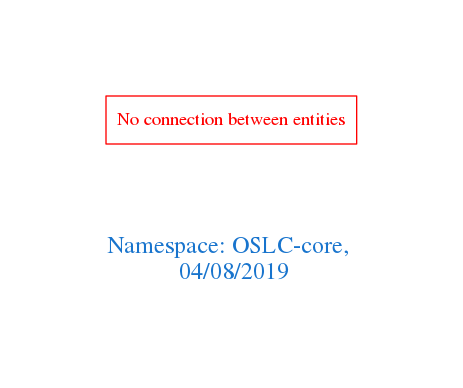
Earlier version of the Graphviz export downloads/OSLC-core.png (arago/OGIT). Its source is kept beside it as downloads/OSLC-core.dot.
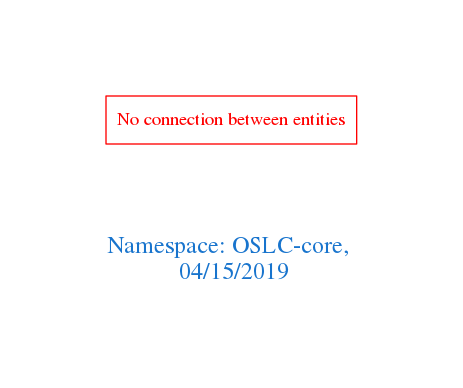
Above is the later version.

What changed in the source:
```diff
@@ -1,7 +1,7 @@
 digraph OGIT_ontology {
  graph [ rankdir= LR,pad=1
 fontsize = 18,
-fontcolor= dodgerblue3,label = "\n\n\nNamespace: OSLC-core, \n 04/08/2019"];
+fontcolor= dodgerblue3,label = "\n\n\nNamespace: OSLC-core, \n 04/15/2019"];
 node[shape=polygon];
 edge [  color="gray81"];
 
```
